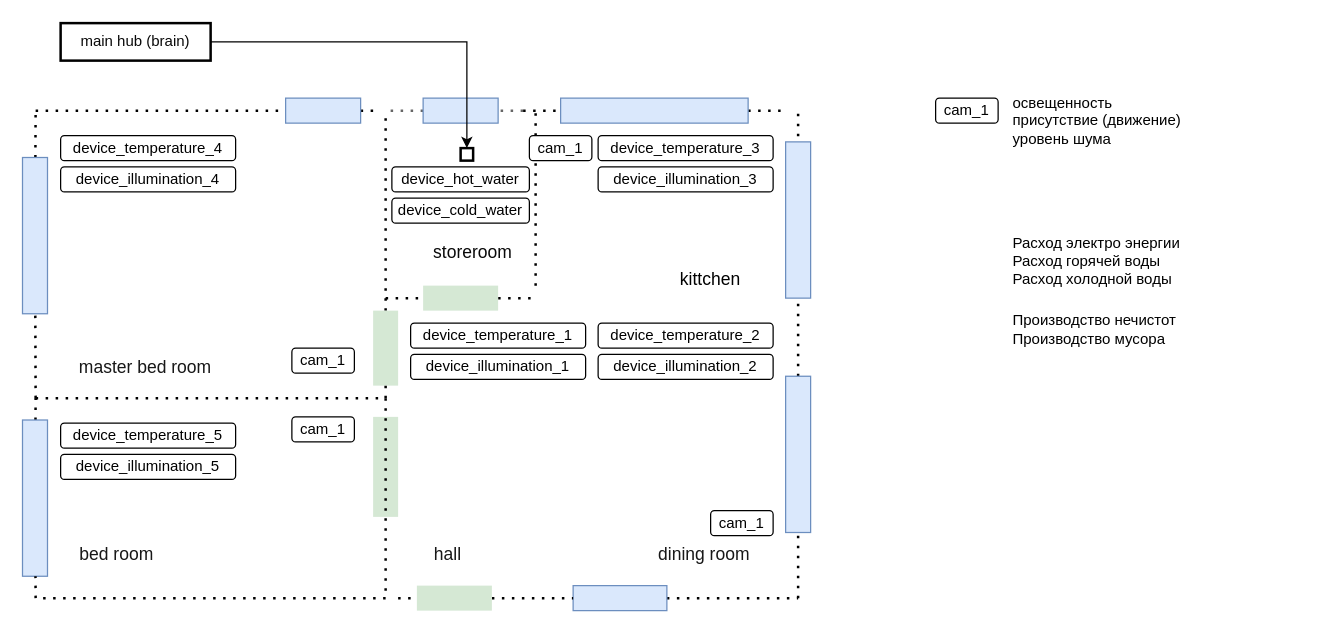
GolCon/home_ai keeps this draw.io diagram as Untitled Diagram.drawio. Above is the earlier version. Source tidied: cells renumbered, new cells numbered last; positions are measured from the earlier drawing's top-left corner, leaving out a move shared by most shapes. Both pictures are drawn from the tidied source at 125%, with x=0, y=0 at pixel (-44, 22).
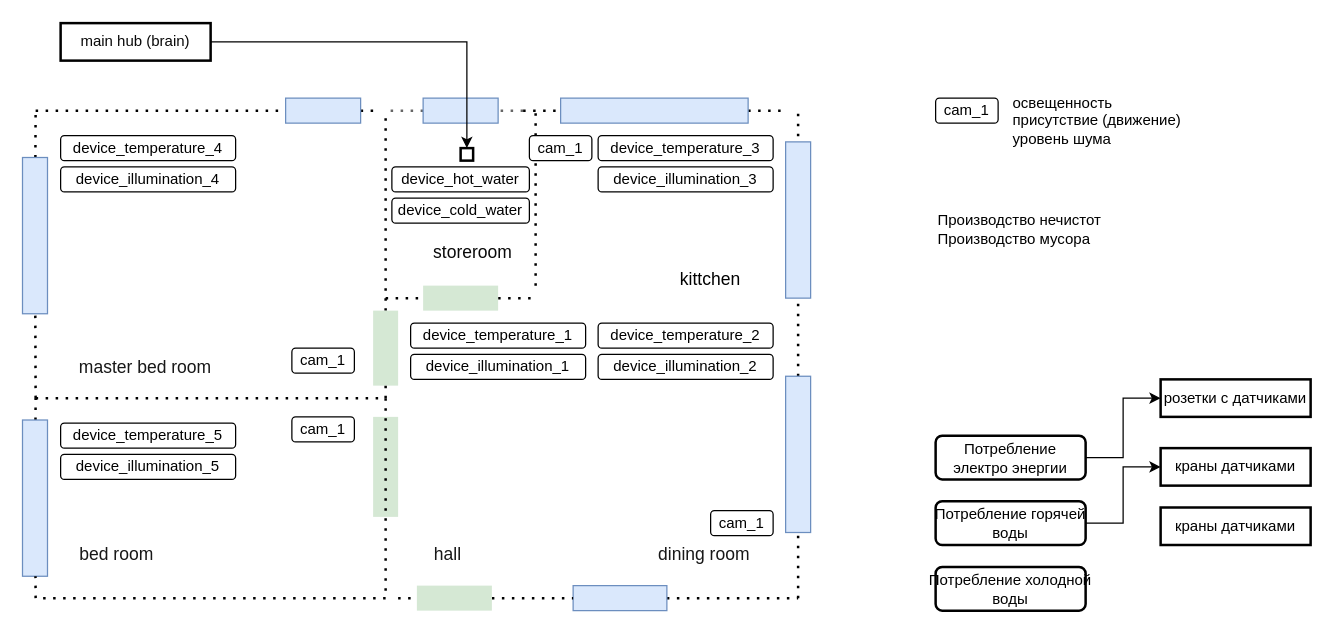
The same page after the edit.

The edit, as a diff of the source:
```diff
@@
-    <mxCell id="63" value="&lt;br&gt;Расход электро энергии&lt;br&gt;Расход горячей воды&lt;br&gt;Расход холодной воды" style="text;html=1;strokeColor=none;fillColor=none;align=left;verticalAlign=middle;whiteSpace=wrap;rounded=0;strokeWidth=2;fontSize=12;fontColor=#000000;" parent="1" vertex="1">
-      <mxGeometry x="843" y="167.5" width="150" height="30" as="geometry" />
-    </mxCell>
     <mxCell id="64" value="Производство нечистот&lt;br&gt;Производство мусора" style="text;html=1;strokeColor=none;fillColor=none;align=left;verticalAlign=middle;whiteSpace=wrap;rounded=0;strokeWidth=2;fontSize=12;fontColor=#000000;" parent="1" vertex="1">
-      <mxGeometry x="843" y="230" width="150" height="30" as="geometry" />
+      <mxGeometry x="783" y="150" width="150" height="30" as="geometry" />
     </mxCell>
+    <mxCell id="65" style="edgeStyle=orthogonalEdgeStyle;rounded=0;jettySize=auto;html=1;entryX=0;entryY=0.5;entryDx=0;entryDy=0;fontSize=12;fontColor=#000000;" parent="1" edge="1" source="66" target="70">
+      <mxGeometry relative="1" as="geometry" />
+    </mxCell>
+    <mxCell id="66" value="&lt;span style=&quot;&quot;&gt;Потребление электро энергии&lt;/span&gt;" style="rounded=1;whiteSpace=wrap;html=1;strokeColor=default;strokeWidth=2;fontSize=12;fontColor=#000000;fillColor=none;gradientColor=none;align=center;labelBorderColor=none;" parent="1" vertex="1">
+      <mxGeometry x="783" y="330" width="120" height="35" as="geometry" />
+    </mxCell>
+    <mxCell id="67" style="edgeStyle=orthogonalEdgeStyle;rounded=0;jettySize=auto;html=1;entryX=0;entryY=0.5;entryDx=0;entryDy=0;fontSize=12;fontColor=#000000;" parent="1" edge="1" source="68" target="71">
+      <mxGeometry relative="1" as="geometry" />
+    </mxCell>
+    <mxCell id="68" value="&lt;span style=&quot;&quot;&gt;Потребление&amp;nbsp;горячей воды&lt;/span&gt;" style="rounded=1;whiteSpace=wrap;html=1;strokeColor=default;strokeWidth=2;fontSize=12;fontColor=#000000;fillColor=none;gradientColor=none;align=center;labelBorderColor=none;" parent="1" vertex="1">
+      <mxGeometry x="783" y="382.5" width="120" height="35" as="geometry" />
+    </mxCell>
+    <mxCell id="69" value="&lt;span style=&quot;&quot;&gt;Потребление&amp;nbsp;холодной воды&lt;/span&gt;" style="rounded=1;whiteSpace=wrap;html=1;strokeColor=default;strokeWidth=2;fontSize=12;fontColor=#000000;fillColor=none;gradientColor=none;align=center;labelBorderColor=none;" parent="1" vertex="1">
+      <mxGeometry x="783" y="435" width="120" height="35" as="geometry" />
+    </mxCell>
+    <mxCell id="70" value="розетки с датчиками" style="rounded=0;whiteSpace=wrap;html=1;labelBorderColor=none;strokeColor=default;strokeWidth=2;fontSize=12;fontColor=#000000;fillColor=none;gradientColor=none;" parent="1" vertex="1">
+      <mxGeometry x="963" y="285" width="120" height="30" as="geometry" />
+    </mxCell>
+    <mxCell id="71" value="краны датчиками" style="rounded=0;whiteSpace=wrap;html=1;labelBorderColor=none;strokeColor=default;strokeWidth=2;fontSize=12;fontColor=#000000;fillColor=none;gradientColor=none;" parent="1" vertex="1">
+      <mxGeometry x="963" y="340" width="120" height="30" as="geometry" />
+    </mxCell>
+    <mxCell id="72" value="краны датчиками" style="rounded=0;whiteSpace=wrap;html=1;labelBorderColor=none;strokeColor=default;strokeWidth=2;fontSize=12;fontColor=#000000;fillColor=none;gradientColor=none;" parent="1" vertex="1">
+      <mxGeometry x="963" y="387.5" width="120" height="30" as="geometry" />
+    </mxCell>
```
